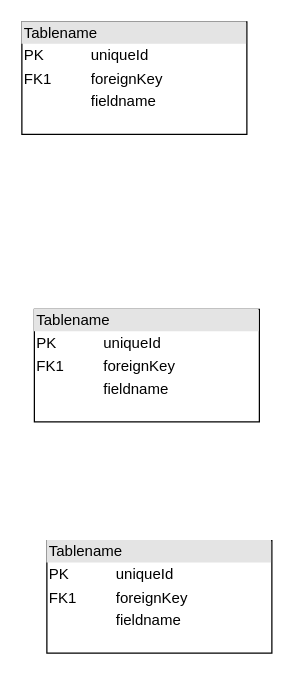
This is mapeamento_OR.drawio from GabrielSilvaRodrigues/Mapeamento_OR, a draw.io file, before an edit. Source tidied: cells renumbered, new cells numbered last; positions are measured from the earlier drawing's top-left corner, leaving out a move shared by most shapes. Both pictures are drawn from the tidied source at 125%, with x=0, y=0 at pixel (21, 21).
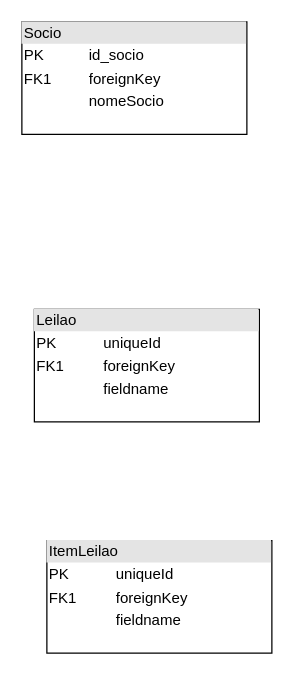
Above is the later version.

Change to the diagram source:
```diff
@@
 <mxGraphModel>
   <root>
     <mxCell id="0" />
     <mxCell id="1" parent="0" />
-    <mxCell id="2" value="&lt;div style=&quot;box-sizing:border-box;width:100%;background:#e4e4e4;padding:2px;&quot;&gt;Tablename&lt;/div&gt;&lt;table style=&quot;width:100%;font-size:1em;&quot; cellpadding=&quot;2&quot; cellspacing=&quot;0&quot;&gt;&lt;tr&gt;&lt;td&gt;PK&lt;/td&gt;&lt;td&gt;uniqueId&lt;/td&gt;&lt;/tr&gt;&lt;tr&gt;&lt;td&gt;FK1&lt;/td&gt;&lt;td&gt;foreignKey&lt;/td&gt;&lt;/tr&gt;&lt;tr&gt;&lt;td&gt;&lt;/td&gt;&lt;td&gt;fieldname&lt;/td&gt;&lt;/tr&gt;&lt;/table&gt;" style="verticalAlign=top;align=left;overflow=fill;html=1;whiteSpace=wrap;" parent="1" vertex="1">
+    <mxCell id="2" value="&lt;div style=&quot;box-sizing: border-box; width: 100%; background: rgb(228, 228, 228); padding: 2px;&quot;&gt;Socio&lt;/div&gt;&lt;table style=&quot;width:100%;font-size:1em;&quot; cellpadding=&quot;2&quot; cellspacing=&quot;0&quot;&gt;&lt;tbody&gt;&lt;tr&gt;&lt;td&gt;PK&lt;/td&gt;&lt;td&gt;id_socio&lt;/td&gt;&lt;/tr&gt;&lt;tr&gt;&lt;td&gt;FK1&lt;/td&gt;&lt;td&gt;foreignKey&lt;/td&gt;&lt;/tr&gt;&lt;tr&gt;&lt;td&gt;&lt;/td&gt;&lt;td&gt;nomeSocio&lt;br&gt;&lt;/td&gt;&lt;/tr&gt;&lt;/tbody&gt;&lt;/table&gt;" style="verticalAlign=top;align=left;overflow=fill;html=1;whiteSpace=wrap;" parent="1" vertex="1">
       <mxGeometry width="180" height="90" as="geometry" />
     </mxCell>
-    <mxCell id="3" value="&lt;div style=&quot;box-sizing:border-box;width:100%;background:#e4e4e4;padding:2px;&quot;&gt;Tablename&lt;/div&gt;&lt;table style=&quot;width:100%;font-size:1em;&quot; cellpadding=&quot;2&quot; cellspacing=&quot;0&quot;&gt;&lt;tr&gt;&lt;td&gt;PK&lt;/td&gt;&lt;td&gt;uniqueId&lt;/td&gt;&lt;/tr&gt;&lt;tr&gt;&lt;td&gt;FK1&lt;/td&gt;&lt;td&gt;foreignKey&lt;/td&gt;&lt;/tr&gt;&lt;tr&gt;&lt;td&gt;&lt;/td&gt;&lt;td&gt;fieldname&lt;/td&gt;&lt;/tr&gt;&lt;/table&gt;" style="verticalAlign=top;align=left;overflow=fill;html=1;whiteSpace=wrap;" parent="1" vertex="1">
+    <mxCell id="3" value="&lt;div style=&quot;box-sizing: border-box; width: 100%; background: rgb(228, 228, 228); padding: 2px;&quot;&gt;Leilao&lt;/div&gt;&lt;table style=&quot;width:100%;font-size:1em;&quot; cellpadding=&quot;2&quot; cellspacing=&quot;0&quot;&gt;&lt;tbody&gt;&lt;tr&gt;&lt;td&gt;PK&lt;/td&gt;&lt;td&gt;uniqueId&lt;/td&gt;&lt;/tr&gt;&lt;tr&gt;&lt;td&gt;FK1&lt;/td&gt;&lt;td&gt;foreignKey&lt;/td&gt;&lt;/tr&gt;&lt;tr&gt;&lt;td&gt;&lt;/td&gt;&lt;td&gt;fieldname&lt;/td&gt;&lt;/tr&gt;&lt;/tbody&gt;&lt;/table&gt;" style="verticalAlign=top;align=left;overflow=fill;html=1;whiteSpace=wrap;" parent="1" vertex="1">
       <mxGeometry x="10" y="230" width="180" height="90" as="geometry" />
     </mxCell>
-    <mxCell id="4" value="&lt;div style=&quot;box-sizing:border-box;width:100%;background:#e4e4e4;padding:2px;&quot;&gt;Tablename&lt;/div&gt;&lt;table style=&quot;width:100%;font-size:1em;&quot; cellpadding=&quot;2&quot; cellspacing=&quot;0&quot;&gt;&lt;tr&gt;&lt;td&gt;PK&lt;/td&gt;&lt;td&gt;uniqueId&lt;/td&gt;&lt;/tr&gt;&lt;tr&gt;&lt;td&gt;FK1&lt;/td&gt;&lt;td&gt;foreignKey&lt;/td&gt;&lt;/tr&gt;&lt;tr&gt;&lt;td&gt;&lt;/td&gt;&lt;td&gt;fieldname&lt;/td&gt;&lt;/tr&gt;&lt;/table&gt;" style="verticalAlign=top;align=left;overflow=fill;html=1;whiteSpace=wrap;" parent="1" vertex="1">
+    <mxCell id="4" value="&lt;div style=&quot;box-sizing: border-box; width: 100%; background: rgb(228, 228, 228); padding: 2px;&quot;&gt;ItemLeilao&lt;/div&gt;&lt;table style=&quot;width:100%;font-size:1em;&quot; cellpadding=&quot;2&quot; cellspacing=&quot;0&quot;&gt;&lt;tbody&gt;&lt;tr&gt;&lt;td&gt;PK&lt;/td&gt;&lt;td&gt;uniqueId&lt;/td&gt;&lt;/tr&gt;&lt;tr&gt;&lt;td&gt;FK1&lt;/td&gt;&lt;td&gt;foreignKey&lt;/td&gt;&lt;/tr&gt;&lt;tr&gt;&lt;td&gt;&lt;/td&gt;&lt;td&gt;fieldname&lt;/td&gt;&lt;/tr&gt;&lt;/tbody&gt;&lt;/table&gt;" style="verticalAlign=top;align=left;overflow=fill;html=1;whiteSpace=wrap;" parent="1" vertex="1">
       <mxGeometry x="20" y="415" width="180" height="90" as="geometry" />
     </mxCell>
   </root>
 </mxGraphModel>
```
